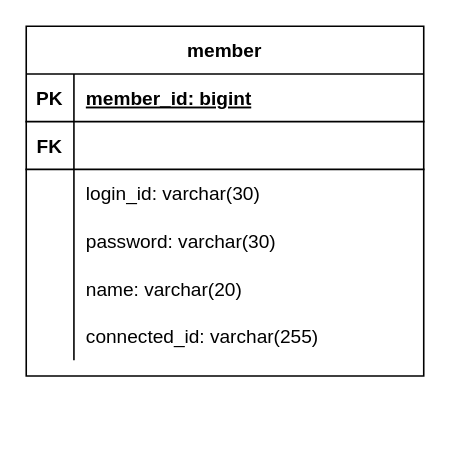
This is ER다이어그램(자산관리앱).drawio from GunwooJo/AssetManagement, a draw.io file, before an edit. Source tidied: cells renumbered, new cells numbered last; positions are measured from the earlier drawing's top-left corner, leaving out a move shared by most shapes. Both pictures are drawn from the tidied source at 159%, with x=0, y=0 at pixel (25, 25).
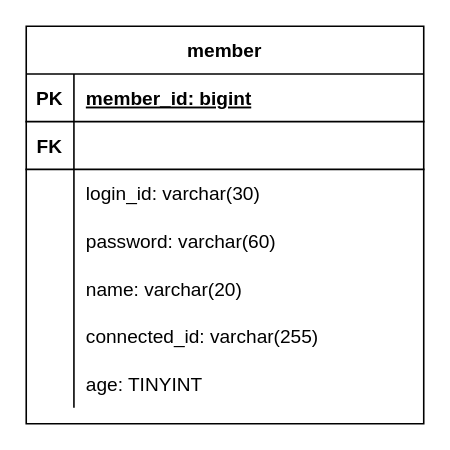
The same diagram, later.

Commit message:
member 테이블 속성 변경

Unchanged cells that the change refers to:
```xml
<mxCell id="12" style="shape=partialRectangle;fillColor=none;top=0;left=0;right=0;bottom=0;" parent="2" vertex="1">
  <mxGeometry y="120" width="250" height="30" as="geometry" />
</mxCell>
```

Change to the diagram source:
```diff
@@
     <mxCell id="2" value="member" style="shape=table;startSize=30;childLayout=tableLayout;rowLines=0;fontStyle=1;align=center;" parent="1" vertex="1">
-      <mxGeometry width="250" height="220" as="geometry" />
+      <mxGeometry width="250" height="250" as="geometry" />
     </mxCell>
@@
-    <mxCell id="14" value="password: varchar(30)" style="shape=partialRectangle;overflow=hidden;fillColor=none;top=0;left=0;bottom=0;right=0;align=left;spacingLeft=6;" parent="12" vertex="1">
+    <mxCell id="14" value="password: varchar(60)" style="shape=partialRectangle;overflow=hidden;fillColor=none;top=0;left=0;bottom=0;right=0;align=left;spacingLeft=6;" parent="12" vertex="1">
       <mxGeometry x="30" width="220" height="30" as="geometry" />
     </mxCell>
@@
+    <mxCell id="21" style="shape=partialRectangle;fillColor=none;top=0;left=0;right=0;bottom=0;" parent="2" vertex="1">
+      <mxGeometry y="210" width="250" height="30" as="geometry" />
+    </mxCell>
+    <mxCell id="22" style="shape=partialRectangle;overflow=hidden;fillColor=none;top=0;left=0;bottom=0;right=0;" parent="21" vertex="1">
+      <mxGeometry width="30" height="30" as="geometry" />
+    </mxCell>
+    <mxCell id="23" value="age: TINYINT" style="shape=partialRectangle;overflow=hidden;fillColor=none;top=0;left=0;bottom=0;right=0;align=left;spacingLeft=6;" parent="21" vertex="1">
+      <mxGeometry x="30" width="220" height="30" as="geometry" />
+    </mxCell>
```
